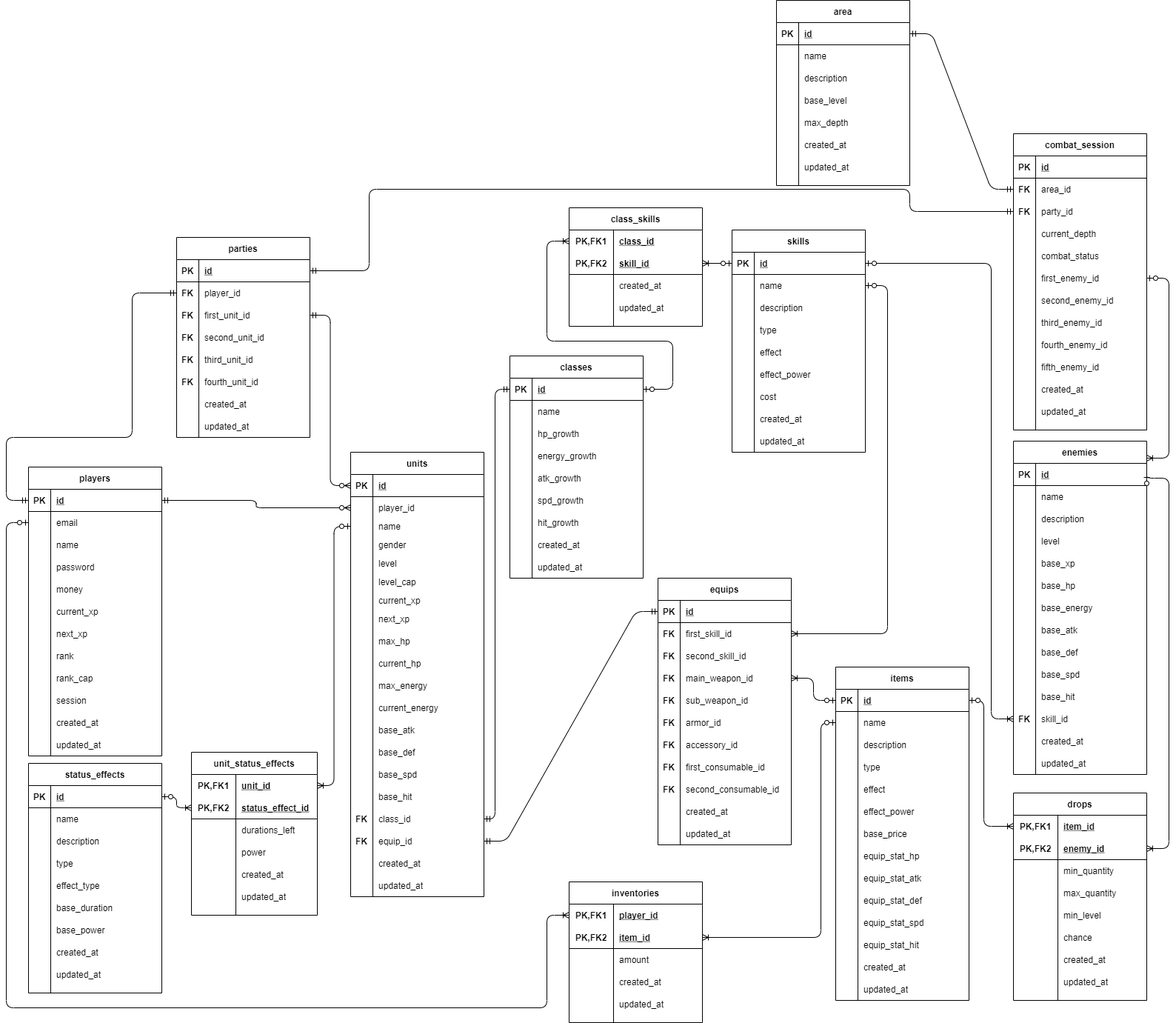
Earlier version of the draw.io export docs/dg-explorer-erd.png (BudiartoSalim/ts-dg-explorer-server). Source tidied: cells renumbered, new cells last; positions are measured from the earlier drawing's top-left corner, leaving out a move shared by most shapes.
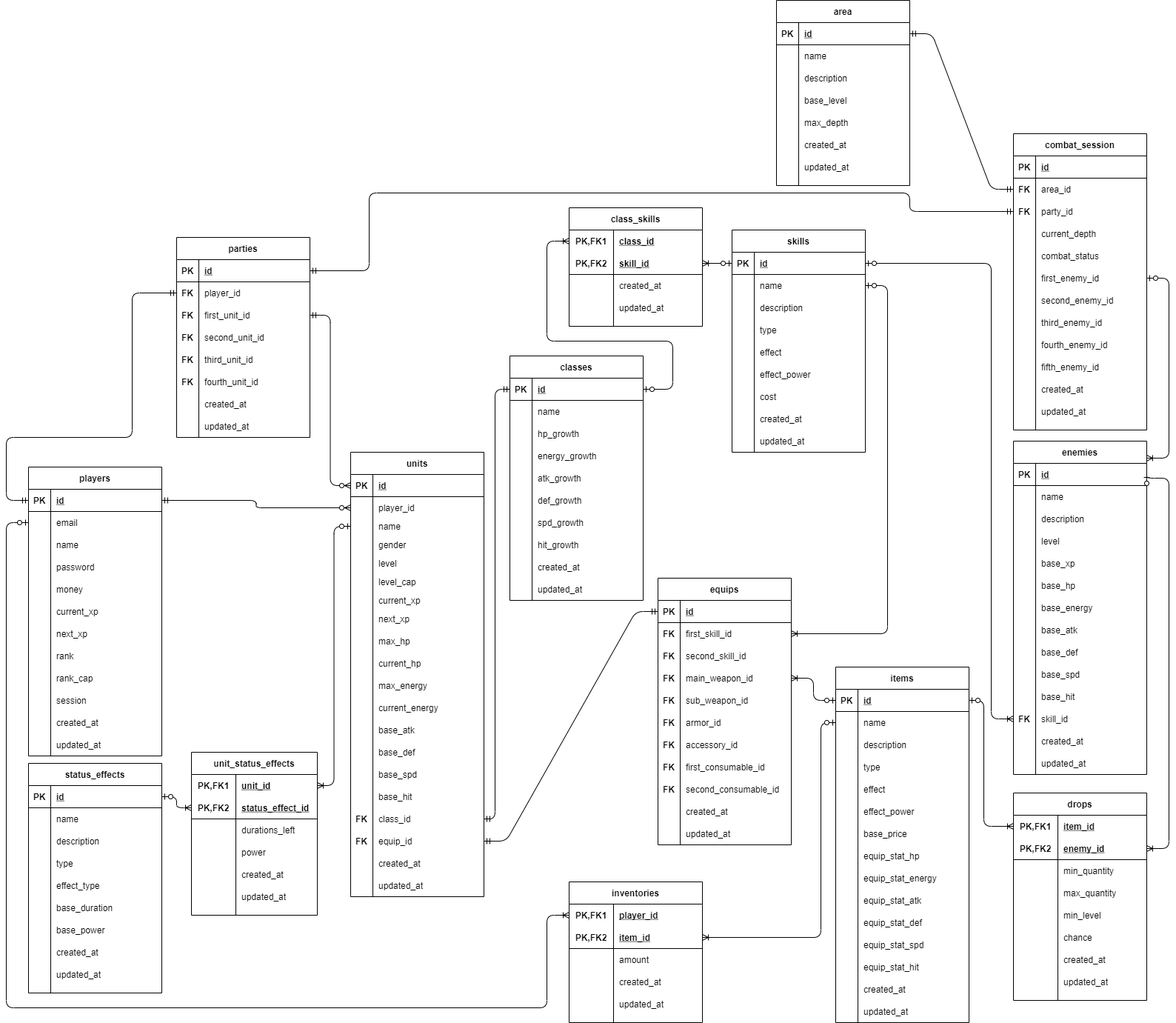
After the commit.

Commit message:
added skill and item model to insert seed data. fixed ERD.

What changed in the source:
```diff
@@ -300,7 +300,7 @@
       <mxGeometry relative="1" as="geometry" />
     </mxCell>
     <mxCell id="101" value="classes" style="shape=table;startSize=30;rowLines=0;fontStyle=1;align=center;" parent="1" vertex="1">
-      <mxGeometry x="680" y="480" width="180" height="300" as="geometry" />
+      <mxGeometry x="680" y="480" width="180" height="330" as="geometry" />
     </mxCell>
     <mxCell id="102" style="shape=partialRectangle;fillColor=none;top=0;left=0;bottom=1;right=0;points=[[0,0.5],[1,0.5]];portConstraint=eastwest;" parent="101" vertex="1">
       <mxGeometry y="30" width="180" height="30" as="geometry" />
@@ -347,8 +347,17 @@
     <mxCell id="116" value="atk_growth" style="shape=partialRectangle;fillColor=none;top=0;left=0;bottom=0;right=0;align=left;spacingLeft=6;overflow=hidden;" parent="114" vertex="1">
       <mxGeometry x="30" width="150" height="30" as="geometry" />
     </mxCell>
+    <mxCell id="480" style="shape=partialRectangle;fillColor=none;top=0;left=0;bottom=0;right=0;" parent="101" vertex="1">
+      <mxGeometry y="180" width="180" height="30" as="geometry" />
+    </mxCell>
+    <mxCell id="481" style="shape=partialRectangle;fillColor=none;top=0;left=0;bottom=0;right=0;overflow=hidden;" parent="480" vertex="1">
+      <mxGeometry width="30" height="30" as="geometry" />
+    </mxCell>
+    <mxCell id="482" value="def_growth" style="shape=partialRectangle;fillColor=none;top=0;left=0;bottom=0;right=0;align=left;spacingLeft=6;overflow=hidden;" parent="480" vertex="1">
+      <mxGeometry x="30" width="150" height="30" as="geometry" />
+    </mxCell>
     <mxCell id="117" style="shape=partialRectangle;fillColor=none;top=0;left=0;bottom=0;right=0;" parent="101" vertex="1">
-      <mxGeometry y="180" width="180" height="30" as="geometry" />
+      <mxGeometry y="210" width="180" height="30" as="geometry" />
     </mxCell>
     <mxCell id="118" style="shape=partialRectangle;fillColor=none;top=0;left=0;bottom=0;right=0;overflow=hidden;" parent="117" vertex="1">
       <mxGeometry width="30" height="30" as="geometry" />
@@ -357,7 +366,7 @@
       <mxGeometry x="30" width="150" height="30" as="geometry" />
     </mxCell>
     <mxCell id="120" style="shape=partialRectangle;fillColor=none;top=0;left=0;bottom=0;right=0;" parent="101" vertex="1">
-      <mxGeometry y="210" width="180" height="30" as="geometry" />
+      <mxGeometry y="240" width="180" height="30" as="geometry" />
     </mxCell>
     <mxCell id="121" style="shape=partialRectangle;fillColor=none;top=0;left=0;bottom=0;right=0;overflow=hidden;" parent="120" vertex="1">
       <mxGeometry width="30" height="30" as="geometry" />
@@ -366,7 +375,7 @@
       <mxGeometry x="30" width="150" height="30" as="geometry" />
     </mxCell>
     <mxCell id="123" style="shape=partialRectangle;fillColor=none;top=0;left=0;bottom=0;right=0;" parent="101" vertex="1">
-      <mxGeometry y="240" width="180" height="30" as="geometry" />
+      <mxGeometry y="270" width="180" height="30" as="geometry" />
     </mxCell>
     <mxCell id="124" style="shape=partialRectangle;fillColor=none;top=0;left=0;bottom=0;right=0;overflow=hidden;" parent="123" vertex="1">
       <mxGeometry width="30" height="30" as="geometry" />
@@ -375,7 +384,7 @@
       <mxGeometry x="30" width="150" height="30" as="geometry" />
     </mxCell>
     <mxCell id="126" style="shape=partialRectangle;fillColor=none;top=0;left=0;bottom=0;right=0;" parent="101" vertex="1">
-      <mxGeometry y="270" width="180" height="30" as="geometry" />
+      <mxGeometry y="300" width="180" height="30" as="geometry" />
     </mxCell>
     <mxCell id="127" style="shape=partialRectangle;fillColor=none;top=0;left=0;bottom=0;right=0;overflow=hidden;" parent="126" vertex="1">
       <mxGeometry width="30" height="30" as="geometry" />
@@ -729,7 +738,7 @@
       <mxGeometry relative="1" as="geometry" />
     </mxCell>
     <mxCell id="236" value="items" style="shape=table;startSize=30;rowLines=0;fontStyle=1;align=center;" parent="1" vertex="1">
-      <mxGeometry x="1120" y="900" width="180" height="450" as="geometry" />
+      <mxGeometry x="1120" y="900" width="180" height="480" as="geometry" />
     </mxCell>
     <mxCell id="237" style="shape=partialRectangle;fillColor=none;top=0;left=0;bottom=1;right=0;points=[[0,0.5],[1,0.5]];portConstraint=eastwest;" parent="236" vertex="1">
       <mxGeometry y="30" width="180" height="30" as="geometry" />
@@ -803,8 +812,17 @@
     <mxCell id="260" value="equip_stat_hp" style="shape=partialRectangle;fillColor=none;top=0;left=0;bottom=0;right=0;align=left;spacingLeft=6;overflow=hidden;" parent="258" vertex="1">
       <mxGeometry x="30" width="150" height="30" as="geometry" />
     </mxCell>
+    <mxCell id="483" style="shape=partialRectangle;fillColor=none;top=0;left=0;bottom=0;right=0;" parent="236" vertex="1">
+      <mxGeometry y="270" width="180" height="30" as="geometry" />
+    </mxCell>
+    <mxCell id="484" style="shape=partialRectangle;fillColor=none;top=0;left=0;bottom=0;right=0;overflow=hidden;" parent="483" vertex="1">
+      <mxGeometry width="30" height="30" as="geometry" />
+    </mxCell>
+    <mxCell id="485" value="equip_stat_energy" style="shape=partialRectangle;fillColor=none;top=0;left=0;bottom=0;right=0;align=left;spacingLeft=6;overflow=hidden;" parent="483" vertex="1">
+      <mxGeometry x="30" width="150" height="30" as="geometry" />
+    </mxCell>
     <mxCell id="261" style="shape=partialRectangle;fillColor=none;top=0;left=0;bottom=0;right=0;" parent="236" vertex="1">
-      <mxGeometry y="270" width="180" height="30" as="geometry" />
+      <mxGeometry y="300" width="180" height="30" as="geometry" />
     </mxCell>
     <mxCell id="262" style="shape=partialRectangle;fillColor=none;top=0;left=0;bottom=0;right=0;overflow=hidden;" parent="261" vertex="1">
       <mxGeometry width="30" height="30" as="geometry" />
@@ -813,7 +831,7 @@
       <mxGeometry x="30" width="150" height="30" as="geometry" />
     </mxCell>
     <mxCell id="264" style="shape=partialRectangle;fillColor=none;top=0;left=0;bottom=0;right=0;" parent="236" vertex="1">
-      <mxGeometry y="300" width="180" height="30" as="geometry" />
+      <mxGeometry y="330" width="180" height="30" as="geometry" />
     </mxCell>
     <mxCell id="265" style="shape=partialRectangle;fillColor=none;top=0;left=0;bottom=0;right=0;overflow=hidden;" parent="264" vertex="1">
       <mxGeometry width="30" height="30" as="geometry" />
@@ -822,7 +840,7 @@
       <mxGeometry x="30" width="150" height="30" as="geometry" />
     </mxCell>
     <mxCell id="267" style="shape=partialRectangle;fillColor=none;top=0;left=0;bottom=0;right=0;" parent="236" vertex="1">
-      <mxGeometry y="330" width="180" height="30" as="geometry" />
+      <mxGeometry y="360" width="180" height="30" as="geometry" />
     </mxCell>
     <mxCell id="268" style="shape=partialRectangle;fillColor=none;top=0;left=0;bottom=0;right=0;overflow=hidden;" parent="267" vertex="1">
       <mxGeometry width="30" height="30" as="geometry" />
@@ -831,7 +849,7 @@
       <mxGeometry x="30" width="150" height="30" as="geometry" />
     </mxCell>
     <mxCell id="270" style="shape=partialRectangle;fillColor=none;top=0;left=0;bottom=0;right=0;" parent="236" vertex="1">
-      <mxGeometry y="360" width="180" height="30" as="geometry" />
+      <mxGeometry y="390" width="180" height="30" as="geometry" />
     </mxCell>
     <mxCell id="271" style="shape=partialRectangle;fillColor=none;top=0;left=0;bottom=0;right=0;overflow=hidden;" parent="270" vertex="1">
       <mxGeometry width="30" height="30" as="geometry" />
@@ -840,7 +858,7 @@
       <mxGeometry x="30" width="150" height="30" as="geometry" />
     </mxCell>
     <mxCell id="273" style="shape=partialRectangle;fillColor=none;top=0;left=0;bottom=0;right=0;" parent="236" vertex="1">
-      <mxGeometry y="390" width="180" height="30" as="geometry" />
+      <mxGeometry y="420" width="180" height="30" as="geometry" />
     </mxCell>
     <mxCell id="274" style="shape=partialRectangle;fillColor=none;top=0;left=0;bottom=0;right=0;overflow=hidden;" parent="273" vertex="1">
       <mxGeometry width="30" height="30" as="geometry" />
@@ -849,7 +867,7 @@
       <mxGeometry x="30" width="150" height="30" as="geometry" />
     </mxCell>
     <mxCell id="276" style="shape=partialRectangle;fillColor=none;top=0;left=0;bottom=0;right=0;" parent="236" vertex="1">
-      <mxGeometry y="420" width="180" height="30" as="geometry" />
+      <mxGeometry y="450" width="180" height="30" as="geometry" />
     </mxCell>
     <mxCell id="277" style="shape=partialRectangle;fillColor=none;top=0;left=0;bottom=0;right=0;overflow=hidden;" parent="276" vertex="1">
       <mxGeometry width="30" height="30" as="geometry" />
@@ -1272,8 +1290,8 @@
       <mxGeometry relative="1" as="geometry">
         <Array as="points">
           <mxPoint x="490" y="365" />
-          <mxPoint x="490" y="255" />
-          <mxPoint x="1220" y="255" />
+          <mxPoint x="490" y="260" />
+          <mxPoint x="1220" y="260" />
           <mxPoint x="1220" y="285" />
         </Array>
       </mxGeometry>
```
